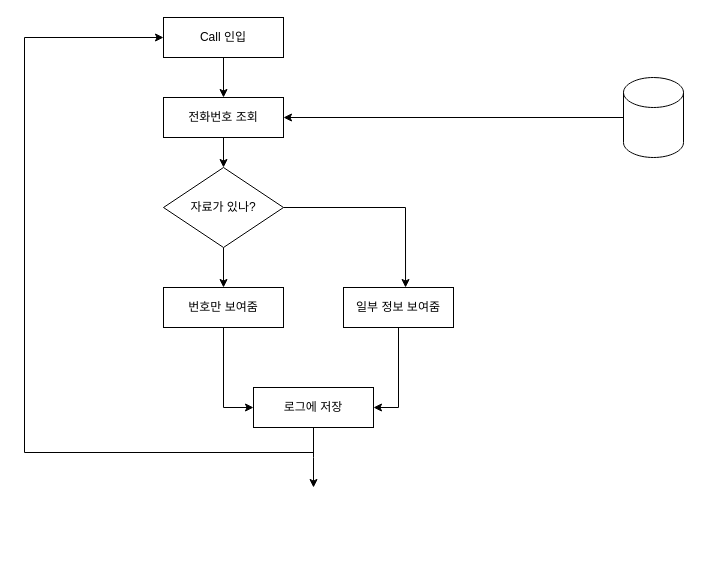
The draw.io diagram 제목 없는 다이어그램.drawio in ong-jack/Document, before the edit. Source tidied: cells renumbered, new cells numbered last; positions are measured from the earlier drawing's top-left corner, leaving out a move shared by most shapes. Both pictures are drawn from the tidied source at 100%, with x=0, y=0 at pixel (24, 17).
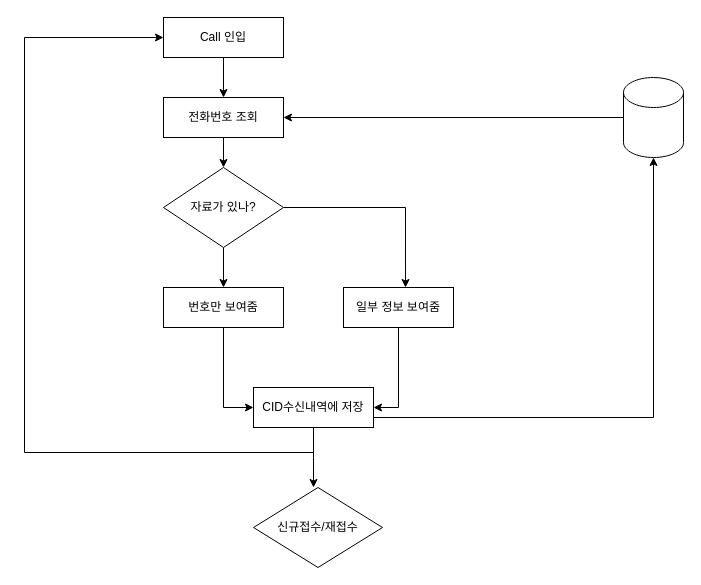
The same page after the edit.

Commit message:
제목 없는 다이어그램.drawio이 추가되었습니다.

The change refers to these unchanged cells:
```xml
<mxCell id="3" value="Call 인입" style="rounded=0;whiteSpace=wrap;html=1;" parent="1" vertex="1">
  <mxGeometry x="139" width="120" height="40" as="geometry" />
</mxCell>
<mxCell id="7" value="전화번호 조회" style="rounded=0;whiteSpace=wrap;html=1;" parent="1" vertex="1">
  <mxGeometry x="139" y="80" width="120" height="40" as="geometry" />
</mxCell>
<mxCell id="12" value="번호만 보여줌" style="rounded=0;whiteSpace=wrap;html=1;" parent="1" vertex="1">
  <mxGeometry x="139" y="270" width="120" height="40" as="geometry" />
</mxCell>
<mxCell id="14" value="일부 정보 보여줌" style="rounded=0;whiteSpace=wrap;html=1;" parent="1" vertex="1">
  <mxGeometry x="319" y="270" width="110" height="40" as="geometry" />
</mxCell>
```

The edit, as a diff of the source:
```diff
@@
-    <mxCell id="4" style="shape=cylinder3;whiteSpace=wrap;html=1;boundedLbl=1;backgroundOutline=1;size=15;" parent="1" vertex="1">
-      <mxGeometry x="599" y="60" width="60" height="80" as="geometry" />
-    </mxCell>
-    <mxCell id="5" style="edgeStyle=orthogonalEdgeStyle;rounded=0;jettySize=auto;html=1;entryX=1;entryY=0.5;entryDx=0;entryDy=0;" parent="1" edge="1" target="7">
-      <mxGeometry relative="1" as="geometry">
-        <mxPoint x="599" y="90" as="sourcePoint" />
-        <Array as="points">
-          <mxPoint x="599" y="100" />
-        </Array>
-      </mxGeometry>
-    </mxCell>
+    <mxCell id="18" style="shape=cylinder3;whiteSpace=wrap;html=1;boundedLbl=1;backgroundOutline=1;size=15;" parent="1" vertex="1">
+      <mxGeometry x="599" y="60" width="60" height="80" as="geometry" />
+    </mxCell>
+    <mxCell id="19" style="edgeStyle=orthogonalEdgeStyle;rounded=0;jettySize=auto;html=1;entryX=1;entryY=0.5;entryDx=0;entryDy=0;" parent="1" edge="1" target="7">
+      <mxGeometry relative="1" as="geometry">
+        <mxPoint x="599" y="90" as="sourcePoint" />
+        <Array as="points">
+          <mxPoint x="599" y="100" />
+        </Array>
+      </mxGeometry>
+    </mxCell>
@@
-    <mxCell id="11" style="edgeStyle=orthogonalEdgeStyle;rounded=0;jettySize=auto;html=1;exitX=0.5;exitY=1;exitDx=0;exitDy=0;entryX=0;entryY=0.5;entryDx=0;entryDy=0;" parent="1" edge="1" source="12" target="17">
-      <mxGeometry relative="1" as="geometry" />
-    </mxCell>
+    <mxCell id="20" style="edgeStyle=orthogonalEdgeStyle;rounded=0;jettySize=auto;html=1;exitX=0.5;exitY=1;exitDx=0;exitDy=0;entryX=0;entryY=0.5;entryDx=0;entryDy=0;" parent="1" edge="1" source="12" target="24">
+      <mxGeometry relative="1" as="geometry" />
+    </mxCell>
@@
-    <mxCell id="13" style="edgeStyle=orthogonalEdgeStyle;rounded=0;jettySize=auto;html=1;exitX=0.5;exitY=1;exitDx=0;exitDy=0;entryX=1;entryY=0.5;entryDx=0;entryDy=0;" parent="1" edge="1" source="14" target="17">
-      <mxGeometry relative="1" as="geometry" />
-    </mxCell>
+    <mxCell id="21" style="edgeStyle=orthogonalEdgeStyle;rounded=0;jettySize=auto;html=1;exitX=0.5;exitY=1;exitDx=0;exitDy=0;entryX=1;entryY=0.5;entryDx=0;entryDy=0;" parent="1" edge="1" source="14" target="24">
+      <mxGeometry relative="1" as="geometry" />
+    </mxCell>
@@
-    <mxCell id="15" style="edgeStyle=orthogonalEdgeStyle;rounded=0;jettySize=auto;html=1;exitX=0.5;exitY=1;exitDx=0;exitDy=0;" parent="1" edge="1" source="17">
-      <mxGeometry relative="1" as="geometry">
-        <mxPoint x="289" y="470" as="targetPoint" />
-      </mxGeometry>
-    </mxCell>
-    <mxCell id="16" style="edgeStyle=orthogonalEdgeStyle;rounded=0;jettySize=auto;html=1;exitX=0.5;exitY=1;exitDx=0;exitDy=0;entryX=0;entryY=0.5;entryDx=0;entryDy=0;" parent="1" edge="1" source="17" target="3">
-      <mxGeometry relative="1" as="geometry">
-        <Array as="points">
-          <mxPoint x="289" y="435" />
-          <mxPoint y="435" />
-          <mxPoint y="20" />
-        </Array>
-      </mxGeometry>
-    </mxCell>
-    <mxCell id="17" value="로그에 저장" style="rounded=0;whiteSpace=wrap;html=1;" parent="1" vertex="1">
-      <mxGeometry x="229" y="370" width="120" height="40" as="geometry" />
-    </mxCell>
+    <mxCell id="22" style="edgeStyle=orthogonalEdgeStyle;rounded=0;jettySize=auto;html=1;exitX=0.5;exitY=1;exitDx=0;exitDy=0;" parent="1" edge="1" source="24">
+      <mxGeometry relative="1" as="geometry">
+        <mxPoint x="289" y="470" as="targetPoint" />
+      </mxGeometry>
+    </mxCell>
+    <mxCell id="23" style="edgeStyle=orthogonalEdgeStyle;rounded=0;jettySize=auto;html=1;exitX=0.5;exitY=1;exitDx=0;exitDy=0;entryX=0;entryY=0.5;entryDx=0;entryDy=0;" parent="1" edge="1" source="24" target="3">
+      <mxGeometry relative="1" as="geometry">
+        <Array as="points">
+          <mxPoint x="289" y="435" />
+          <mxPoint y="435" />
+          <mxPoint y="20" />
+        </Array>
+      </mxGeometry>
+    </mxCell>
+    <mxCell id="24" value="CID수신내역에 저장" style="rounded=0;whiteSpace=wrap;html=1;" parent="1" vertex="1">
+      <mxGeometry x="229" y="370" width="120" height="40" as="geometry" />
+    </mxCell>
+    <mxCell id="25" style="edgeStyle=orthogonalEdgeStyle;rounded=0;jettySize=auto;html=1;exitX=1;exitY=0.75;exitDx=0;exitDy=0;entryX=0.5;entryY=1;entryDx=0;entryDy=0;entryPerimeter=0;" parent="1" edge="1" source="24" target="18">
+      <mxGeometry relative="1" as="geometry" />
+    </mxCell>
+    <mxCell id="26" value="신규접수/재접수" style="rhombus;whiteSpace=wrap;html=1;" parent="1" vertex="1">
+      <mxGeometry x="229" y="470" width="129" height="80" as="geometry" />
+    </mxCell>
```
